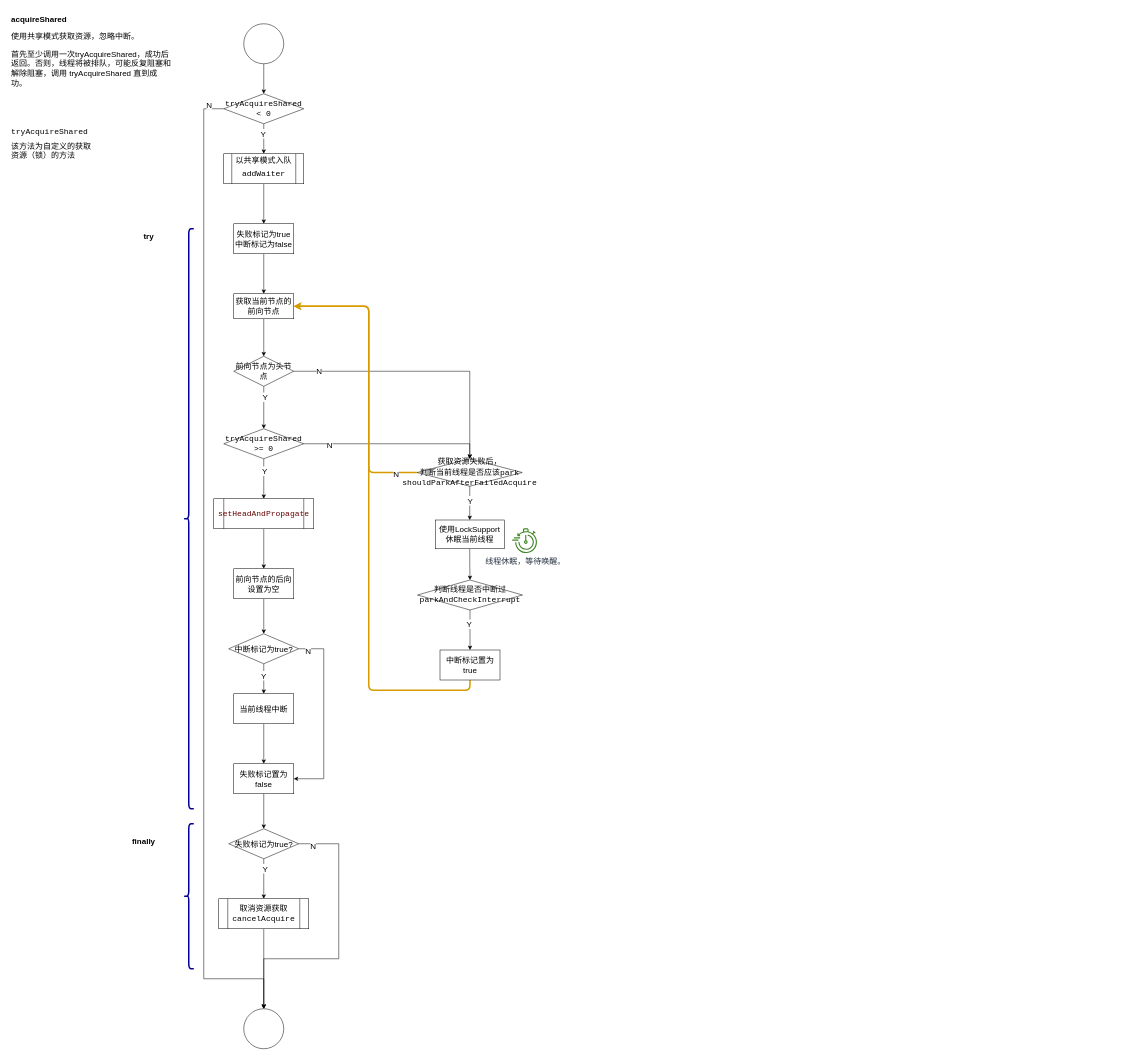
Before: page "acquireShared" (4 of 13) of src/drawio/aqs/aqs.drawio in NikolaZhang/NikolaZhang.github.io, a draw.io diagram. Source tidied: cells renumbered, new cells numbered last; positions are measured from the earlier drawing's top-left corner, leaving out a move shared by most shapes. Both pictures are drawn from the tidied source at 50%, with x=0, y=0 at pixel (8, 14).
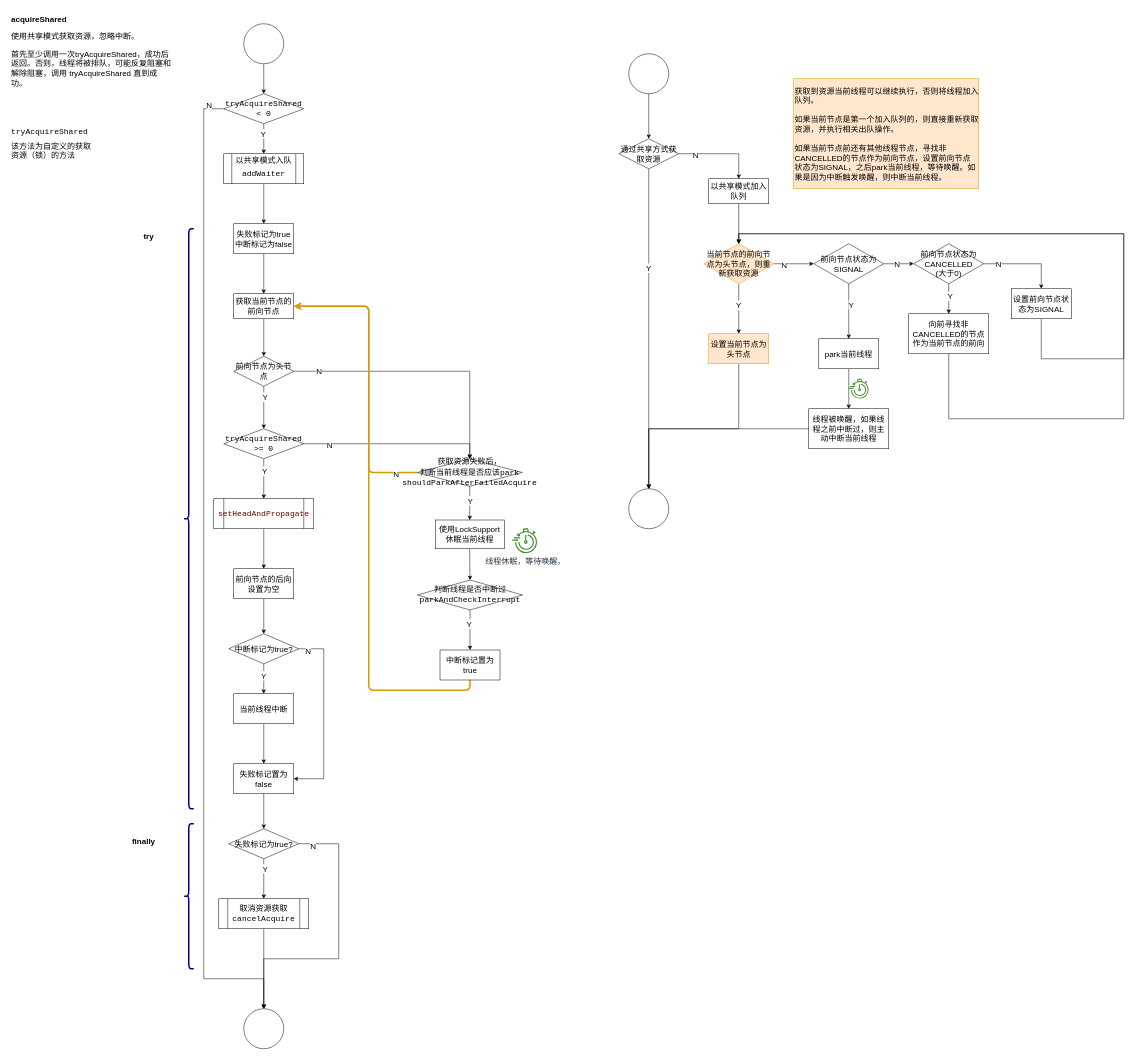
After the change.

Diff of the diagram source:
```diff
@@
+    <mxCell id="65" style="edgeStyle=orthogonalEdgeStyle;rounded=0;jettySize=auto;html=1;fontSize=16;" parent="1" edge="1" source="66" target="71">
+      <mxGeometry relative="1" as="geometry" />
+    </mxCell>
+    <mxCell id="66" style="ellipse;whiteSpace=wrap;html=1;fontSize=16;" parent="1" vertex="1">
+      <mxGeometry x="1240" y="80" width="80" height="80" as="geometry" />
+    </mxCell>
+    <mxCell id="67" style="edgeStyle=orthogonalEdgeStyle;rounded=0;jettySize=auto;html=1;entryX=0.5;entryY=0;entryDx=0;entryDy=0;fontSize=16;" parent="1" edge="1" source="71" target="72">
+      <mxGeometry relative="1" as="geometry" />
+    </mxCell>
+    <mxCell id="68" value="Y" style="edgeLabel;html=1;align=center;verticalAlign=middle;fontSize=16;" parent="67" vertex="1">
+      <mxGeometry x="-0.38" y="-1" relative="1" as="geometry" />
+    </mxCell>
+    <mxCell id="69" style="edgeStyle=orthogonalEdgeStyle;rounded=0;jettySize=auto;html=1;fontSize=16;" parent="1" edge="1" source="71" target="74">
+      <mxGeometry relative="1" as="geometry" />
+    </mxCell>
+    <mxCell id="70" value="N" style="edgeLabel;html=1;align=center;verticalAlign=middle;fontSize=16;" parent="69" vertex="1">
+      <mxGeometry x="-0.61" y="-1" relative="1" as="geometry" />
+    </mxCell>
+    <mxCell id="71" value="通过共享方式获取资源" style="whiteSpace=wrap;html=1;shape=rhombus;perimeter=rhombusPerimeter;fontSize=16;" parent="1" vertex="1">
+      <mxGeometry x="1220" y="250" width="120" height="60" as="geometry" />
+    </mxCell>
+    <mxCell id="72" style="ellipse;whiteSpace=wrap;html=1;fontSize=16;rounded=0;labelBackgroundColor=none;" parent="1" vertex="1">
+      <mxGeometry x="1240" y="950" width="80" height="80" as="geometry" />
+    </mxCell>
+    <mxCell id="73" style="edgeStyle=orthogonalEdgeStyle;rounded=0;jettySize=auto;html=1;fontSize=16;" parent="1" edge="1" source="74" target="79">
+      <mxGeometry relative="1" as="geometry" />
+    </mxCell>
+    <mxCell id="74" value="以共享模式加入队列" style="whiteSpace=wrap;html=1;fontSize=16;" parent="1" vertex="1">
+      <mxGeometry x="1400" y="330" width="120" height="50" as="geometry" />
+    </mxCell>
+    <mxCell id="75" style="edgeStyle=orthogonalEdgeStyle;rounded=0;jettySize=auto;html=1;fontSize=16;" parent="1" edge="1" source="79" target="81">
+      <mxGeometry relative="1" as="geometry" />
+    </mxCell>
+    <mxCell id="76" value="Y" style="edgeLabel;html=1;align=center;verticalAlign=middle;fontSize=16;" parent="75" vertex="1">
+      <mxGeometry x="-0.16" y="-1" relative="1" as="geometry" />
+    </mxCell>
+    <mxCell id="77" style="edgeStyle=orthogonalEdgeStyle;rounded=0;jettySize=auto;html=1;fontSize=16;" parent="1" edge="1" source="79" target="86">
+      <mxGeometry relative="1" as="geometry" />
+    </mxCell>
+    <mxCell id="78" value="N" style="edgeLabel;html=1;align=center;verticalAlign=middle;fontSize=16;" parent="77" vertex="1">
+      <mxGeometry x="-0.49" y="-1" relative="1" as="geometry" />
+    </mxCell>
+    <mxCell id="79" value="当前节点的前向节点为头节点，则重新获取资源" style="whiteSpace=wrap;html=1;shape=rhombus;perimeter=rhombusPerimeter;fontSize=16;fillColor=#ffe6cc;strokeColor=#d79b00;" parent="1" vertex="1">
+      <mxGeometry x="1390" y="460" width="140" height="80" as="geometry" />
+    </mxCell>
+    <mxCell id="80" style="edgeStyle=orthogonalEdgeStyle;rounded=0;jettySize=auto;html=1;exitX=0.5;exitY=1;exitDx=0;exitDy=0;entryX=0.5;entryY=0;entryDx=0;entryDy=0;fontSize=16;" parent="1" edge="1" source="81" target="72">
+      <mxGeometry relative="1" as="geometry">
+        <Array as="points">
+          <mxPoint x="1460" y="830" />
+          <mxPoint x="1280" y="830" />
+        </Array>
+      </mxGeometry>
+    </mxCell>
+    <mxCell id="81" value="设置当前节点为头节点" style="whiteSpace=wrap;html=1;fontSize=16;fillColor=#ffe6cc;strokeColor=#d79b00;" parent="1" vertex="1">
+      <mxGeometry x="1400" y="640" width="120" height="60" as="geometry" />
+    </mxCell>
+    <mxCell id="82" style="edgeStyle=orthogonalEdgeStyle;rounded=0;jettySize=auto;html=1;fontSize=16;" parent="1" edge="1" source="86" target="91">
+      <mxGeometry relative="1" as="geometry" />
+    </mxCell>
+    <mxCell id="83" value="N" style="edgeLabel;html=1;align=center;verticalAlign=middle;fontSize=16;" parent="82" vertex="1">
+      <mxGeometry x="-0.12" relative="1" as="geometry" />
+    </mxCell>
+    <mxCell id="84" style="edgeStyle=orthogonalEdgeStyle;rounded=0;jettySize=auto;html=1;entryX=0.5;entryY=0;entryDx=0;entryDy=0;fontSize=16;" parent="1" edge="1" source="86" target="94">
+      <mxGeometry relative="1" as="geometry" />
+    </mxCell>
+    <mxCell id="85" value="Y" style="edgeLabel;html=1;align=center;verticalAlign=middle;fontSize=16;" parent="84" vertex="1">
+      <mxGeometry x="-0.26" y="4" relative="1" as="geometry" />
+    </mxCell>
+    <mxCell id="86" value="前向节点状态为SIGNAL" style="whiteSpace=wrap;html=1;shape=rhombus;perimeter=rhombusPerimeter;fontSize=16;" parent="1" vertex="1">
+      <mxGeometry x="1610" y="460" width="140" height="80" as="geometry" />
+    </mxCell>
+    <mxCell id="87" style="edgeStyle=orthogonalEdgeStyle;rounded=0;jettySize=auto;html=1;fontSize=16;" parent="1" edge="1" source="91" target="92">
+      <mxGeometry relative="1" as="geometry" />
+    </mxCell>
+    <mxCell id="88" value="Y" style="edgeLabel;html=1;align=center;verticalAlign=middle;fontSize=16;" parent="87" vertex="1">
+      <mxGeometry x="-0.2" y="2" relative="1" as="geometry" />
+    </mxCell>
+    <mxCell id="89" style="edgeStyle=orthogonalEdgeStyle;rounded=0;jettySize=auto;html=1;fontSize=16;" parent="1" edge="1" source="91" target="97">
+      <mxGeometry relative="1" as="geometry" />
+    </mxCell>
+    <mxCell id="90" value="N" style="edgeLabel;html=1;align=center;verticalAlign=middle;fontSize=16;" parent="89" vertex="1">
+      <mxGeometry x="-0.65" y="1" relative="1" as="geometry" />
+    </mxCell>
+    <mxCell id="91" value="前向节点状态为CANCELLED&lt;br style=&quot;font-size: 16px;&quot;&gt;(大于0)" style="whiteSpace=wrap;html=1;shape=rhombus;perimeter=rhombusPerimeter;fontSize=16;" parent="1" vertex="1">
+      <mxGeometry x="1810" y="460" width="140" height="80" as="geometry" />
+    </mxCell>
+    <mxCell id="92" value="向前寻找非CANCELLED的节点作为当前节点的前向" style="whiteSpace=wrap;html=1;fontSize=16;" parent="1" vertex="1">
+      <mxGeometry x="1800" y="600" width="160" height="80" as="geometry" />
+    </mxCell>
+    <mxCell id="93" style="edgeStyle=orthogonalEdgeStyle;rounded=0;jettySize=auto;html=1;entryX=0.5;entryY=0;entryDx=0;entryDy=0;fontSize=16;" parent="1" edge="1" source="94" target="99">
+      <mxGeometry relative="1" as="geometry" />
+    </mxCell>
+    <mxCell id="94" value="park当前线程" style="whiteSpace=wrap;html=1;fontSize=16;" parent="1" vertex="1">
+      <mxGeometry x="1620" y="650" width="120" height="60" as="geometry" />
+    </mxCell>
+    <mxCell id="95" style="edgeStyle=orthogonalEdgeStyle;rounded=0;jettySize=auto;html=1;exitX=0.5;exitY=1;exitDx=0;exitDy=0;entryX=0.5;entryY=0;entryDx=0;entryDy=0;fontSize=16;" parent="1" edge="1" source="92" target="79">
+      <mxGeometry relative="1" as="geometry">
+        <Array as="points">
+          <mxPoint x="1880" y="810" />
+          <mxPoint x="2230" y="810" />
+          <mxPoint x="2230" y="440" />
+          <mxPoint x="1460" y="440" />
+        </Array>
+      </mxGeometry>
+    </mxCell>
+    <mxCell id="96" style="edgeStyle=orthogonalEdgeStyle;rounded=0;jettySize=auto;html=1;exitX=0.5;exitY=1;exitDx=0;exitDy=0;entryX=0.5;entryY=0;entryDx=0;entryDy=0;fontSize=16;" parent="1" edge="1" source="97" target="79">
+      <mxGeometry relative="1" as="geometry">
+        <Array as="points">
+          <mxPoint x="2065" y="690" />
+          <mxPoint x="2230" y="690" />
+          <mxPoint x="2230" y="440" />
+          <mxPoint x="1460" y="440" />
+        </Array>
+      </mxGeometry>
+    </mxCell>
+    <mxCell id="97" value="设置前向节点状态为SIGNAL" style="whiteSpace=wrap;html=1;fontSize=16;" parent="1" vertex="1">
+      <mxGeometry x="2005" y="550" width="120" height="60" as="geometry" />
+    </mxCell>
+    <mxCell id="98" style="edgeStyle=orthogonalEdgeStyle;rounded=0;jettySize=auto;html=1;exitX=0;exitY=0.5;exitDx=0;exitDy=0;entryX=0.5;entryY=0;entryDx=0;entryDy=0;fontSize=16;" parent="1" edge="1" source="99" target="72">
+      <mxGeometry relative="1" as="geometry">
+        <Array as="points">
+          <mxPoint x="1620" y="830" />
+          <mxPoint x="1280" y="830" />
+        </Array>
+      </mxGeometry>
+    </mxCell>
+    <mxCell id="99" value="线程被唤醒，如果线程之前中断过，则主动中断当前线程" style="whiteSpace=wrap;html=1;fontSize=16;" parent="1" vertex="1">
+      <mxGeometry x="1600" y="790" width="160" height="80" as="geometry" />
+    </mxCell>
+    <mxCell id="100" value="获取到资源当前线程可以继续执行，否则将线程加入队列。&lt;br style=&quot;font-size: 16px;&quot;&gt;&lt;br style=&quot;font-size: 16px;&quot;&gt;如果当前节点是第一个加入队列的，则直接重新获取资源，并执行相关出队操作。&lt;br style=&quot;font-size: 16px;&quot;&gt;&lt;br style=&quot;font-size: 16px;&quot;&gt;如果当前节点前还有其他线程节点，寻找非CANCELLED的节点作为前向节点，设置前向节点状态为SIGNAL，之后park当前线程，等待唤醒。如果是因为中断触发唤醒，则中断当前线程。" style="text;html=1;align=left;verticalAlign=middle;whiteSpace=wrap;rounded=0;fontSize=16;fillColor=#ffe6cc;strokeColor=#d79b00;" parent="1" vertex="1">
+      <mxGeometry x="1570" y="130" width="370" height="220" as="geometry" />
+    </mxCell>
+    <mxCell id="101" style="sketch=0;fontColor=#232F3E;gradientColor=none;fillColor=#3F8624;strokeColor=none;dashed=0;verticalLabelPosition=bottom;verticalAlign=top;align=center;html=1;fontSize=16;fontStyle=0;shape=mxgraph.aws4.backup_recovery_time_objective;" parent="1" vertex="1">
+      <mxGeometry x="1680" y="730" width="41.6" height="40" as="geometry" />
+    </mxCell>
```
